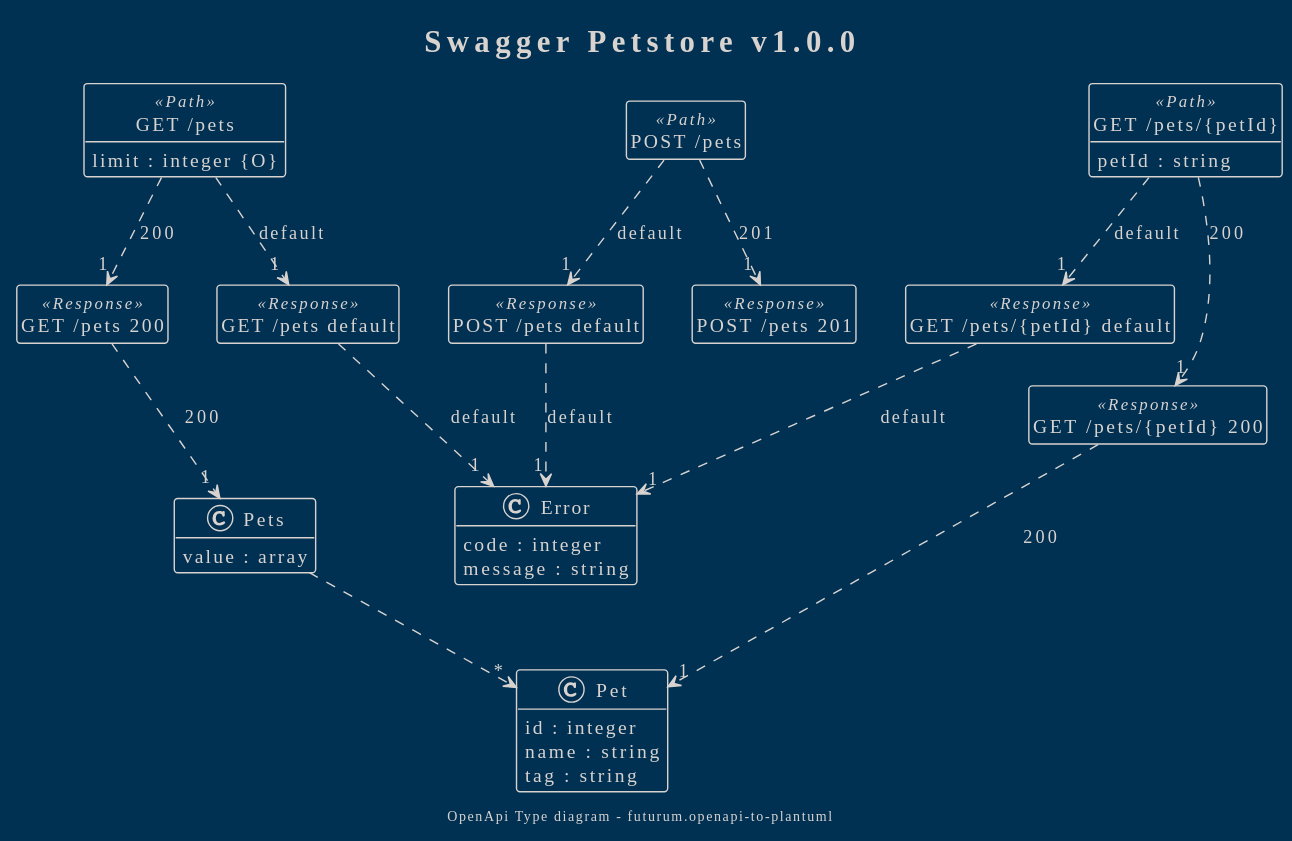
The PlantUML diagram docs/openapi-petstore-simple-openapi-type.svg in futurum-dev/futurum.openapi-to-plantuml, before a commit.
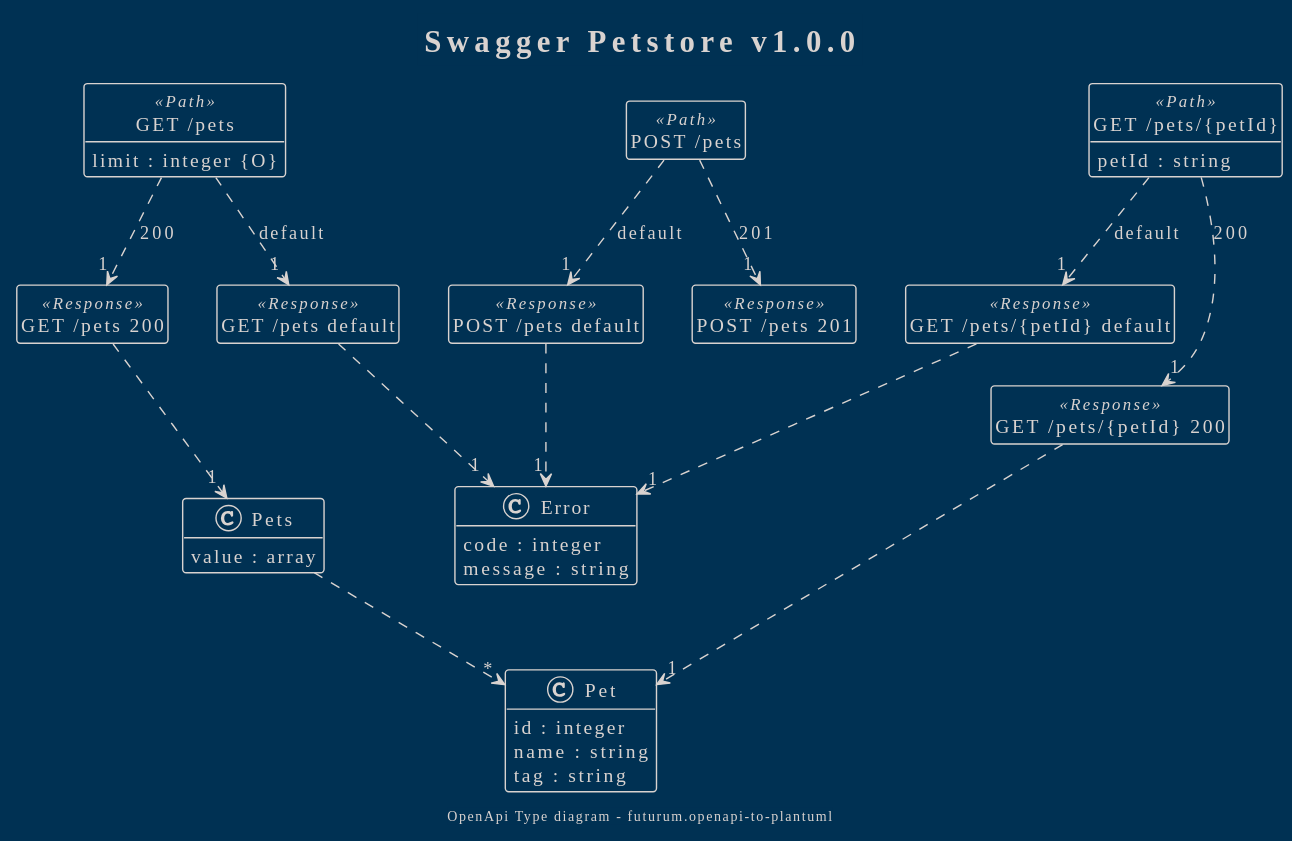
The same file after the commit.

Change to the diagram source:
```diff
@@ -36,17 +36,17 @@
 {field} code : integer
 {field} message : string
 }
-"GET /pets" ..> "1" "GET /pets 200" : 200
-"GET /pets 200" ..> "1" "Pets" : 200
-"GET /pets" ..> "1" "GET /pets default" : default
-"GET /pets default" ..> "1" "Error" : default
-"POST /pets" ..> "1" "POST /pets 201" : 201
-"POST /pets" ..> "1" "POST /pets default" : default
-"POST /pets default" ..> "1" "Error" : default
-"GET /pets/{petId}" ..> "1" "GET /pets/{petId} 200" : 200
-"GET /pets/{petId} 200" ..> "1" "Pet" : 200
-"GET /pets/{petId}" ..> "1" "GET /pets/{petId} default" : default
-"GET /pets/{petId} default" ..> "1" "Error" : default
+"GET /pets" ..> "1" "GET /pets 200" : "200"
+"GET /pets 200" ..> "1" "Pets"
+"GET /pets" ..> "1" "GET /pets default" : "default"
+"GET /pets default" ..> "1" "Error"
+"POST /pets" ..> "1" "POST /pets 201" : "201"
+"POST /pets" ..> "1" "POST /pets default" : "default"
+"POST /pets default" ..> "1" "Error"
+"GET /pets/{petId}" ..> "1" "GET /pets/{petId} 200" : "200"
+"GET /pets/{petId} 200" ..> "1" "Pet"
+"GET /pets/{petId}" ..> "1" "GET /pets/{petId} default" : "default"
+"GET /pets/{petId} default" ..> "1" "Error"
 "Pets" ..> "*" "Pet"
 
 
```
